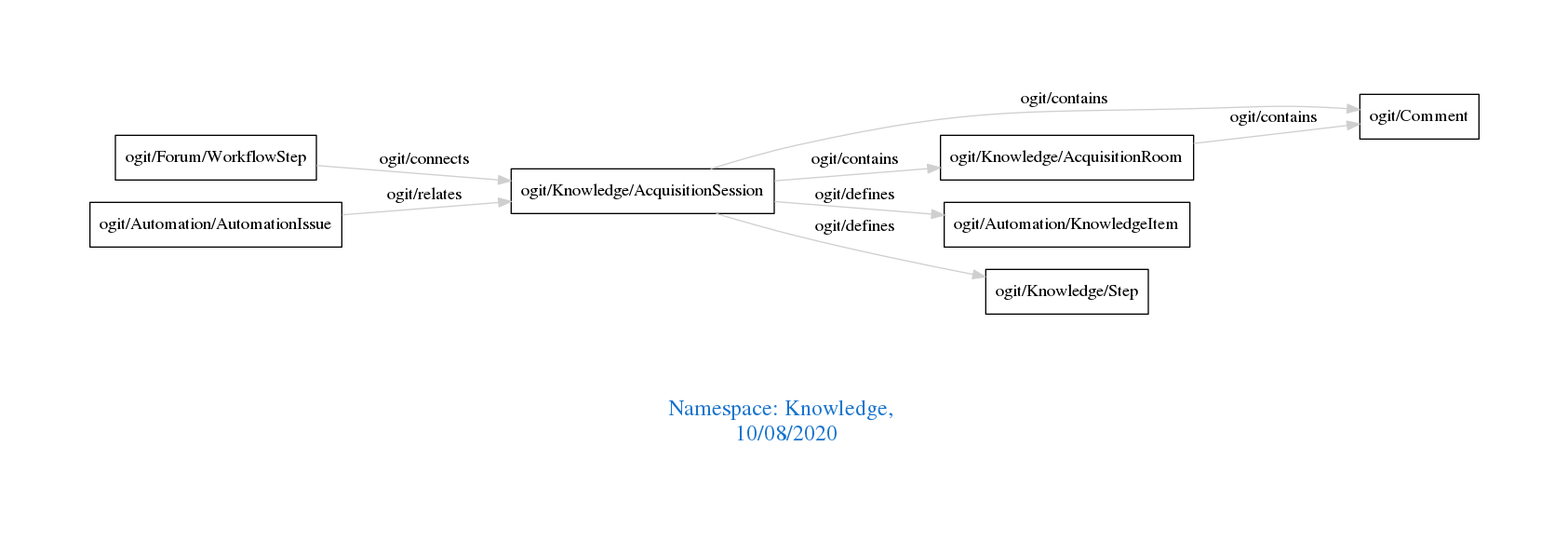
This is downloads/Knowledge.png from arago/OGIT, a Graphviz export, as it was before one commit. Its source is kept beside it as downloads/Knowledge.dot. Its diagram source:
```dot
digraph OGIT_ontology {
 graph [ rankdir= LR,pad=1
fontsize = 18,
fontcolor= dodgerblue3,label = "\n\n\nNamespace: Knowledge, \n 10/08/2020"];
node[shape=polygon];
edge [  color="gray81"];

   "ogit/Knowledge/AcquisitionRoom" -> "ogit/Comment" [label="   ogit/contains    "];
   "ogit/Knowledge/AcquisitionSession" -> "ogit/Comment" [label="   ogit/contains    "];
   "ogit/Knowledge/AcquisitionSession" -> "ogit/Knowledge/AcquisitionRoom" [label="   ogit/contains    "];
   "ogit/Knowledge/AcquisitionSession" -> "ogit/Automation/KnowledgeItem" [label="   ogit/defines    "];
   "ogit/Knowledge/AcquisitionSession" -> "ogit/Knowledge/Step" [label="   ogit/defines    "];
   "ogit/Forum/WorkflowStep" -> "ogit/Knowledge/AcquisitionSession" [label="   ogit/connects    "];
   "ogit/Automation/AutomationIssue" -> "ogit/Knowledge/AcquisitionSession" [label="   ogit/relates    "];
}
```
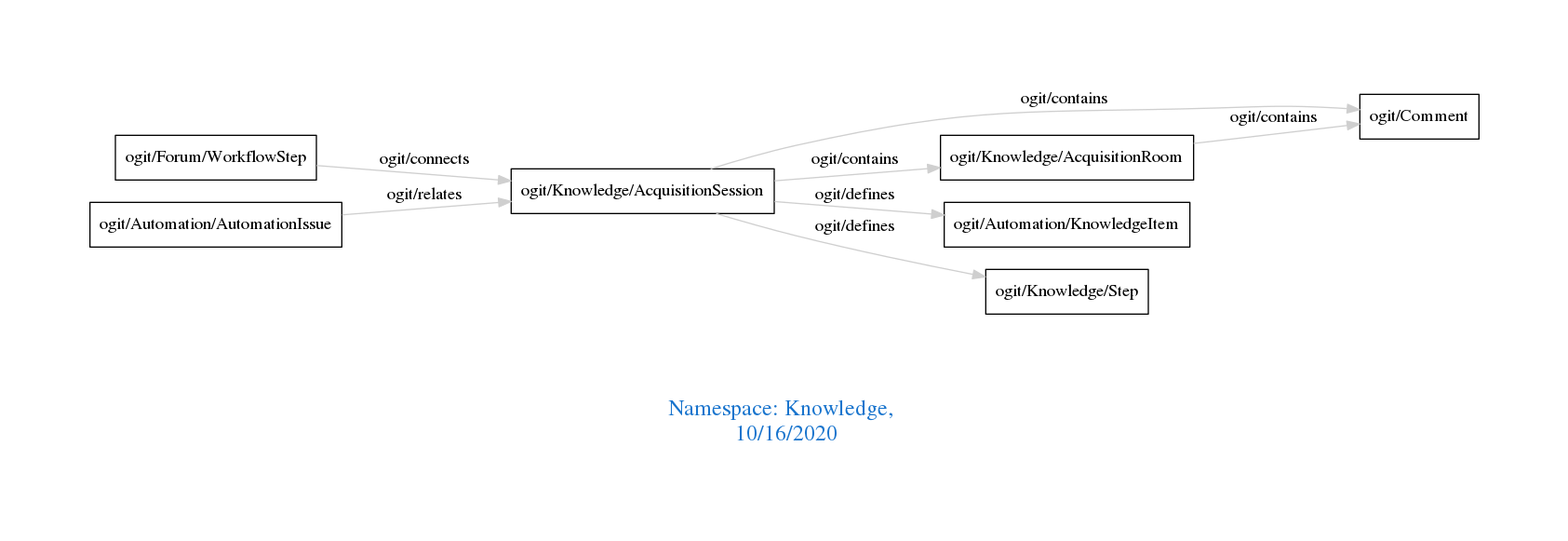
The same file after the commit.

Diff of the diagram source:
```diff
@@ -1,7 +1,7 @@
 digraph OGIT_ontology {
  graph [ rankdir= LR,pad=1
 fontsize = 18,
-fontcolor= dodgerblue3,label = "\n\n\nNamespace: Knowledge, \n 10/08/2020"];
+fontcolor= dodgerblue3,label = "\n\n\nNamespace: Knowledge, \n 10/16/2020"];
 node[shape=polygon];
 edge [  color="gray81"];
 
```
